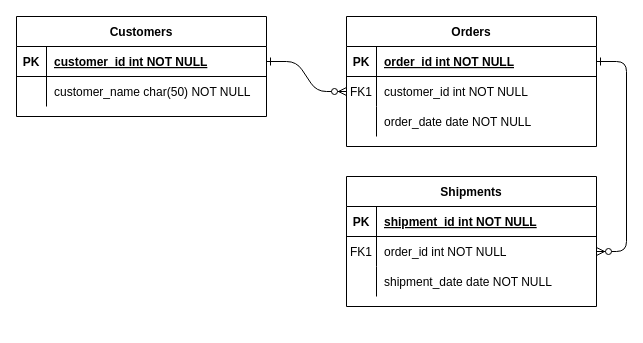
kunvictor/examen_sem_I_Kun keeps this draw.io diagram as Untitled Diagram.drawio. Above is the earlier version. Source tidied: cells renumbered, new cells numbered last; positions are measured from the earlier drawing's top-left corner, leaving out a move shared by most shapes. Both pictures are drawn from the tidied source at 100%, with x=0, y=0 at pixel (16, 16).
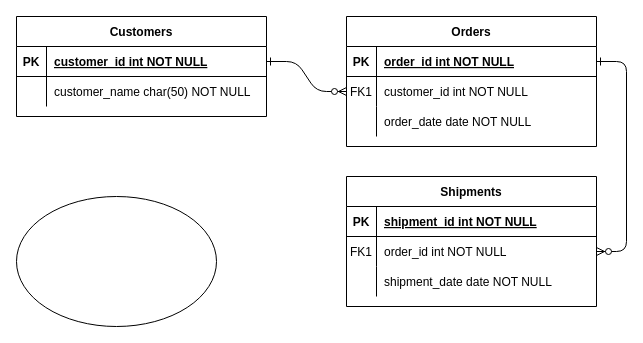
Above is the later version.

Diff of the diagram source:
```diff
@@
+    <mxCell id="31" style="ellipse;whiteSpace=wrap;html=1;" parent="1" vertex="1">
+      <mxGeometry y="180" width="200" height="130" as="geometry" />
+    </mxCell>
```
